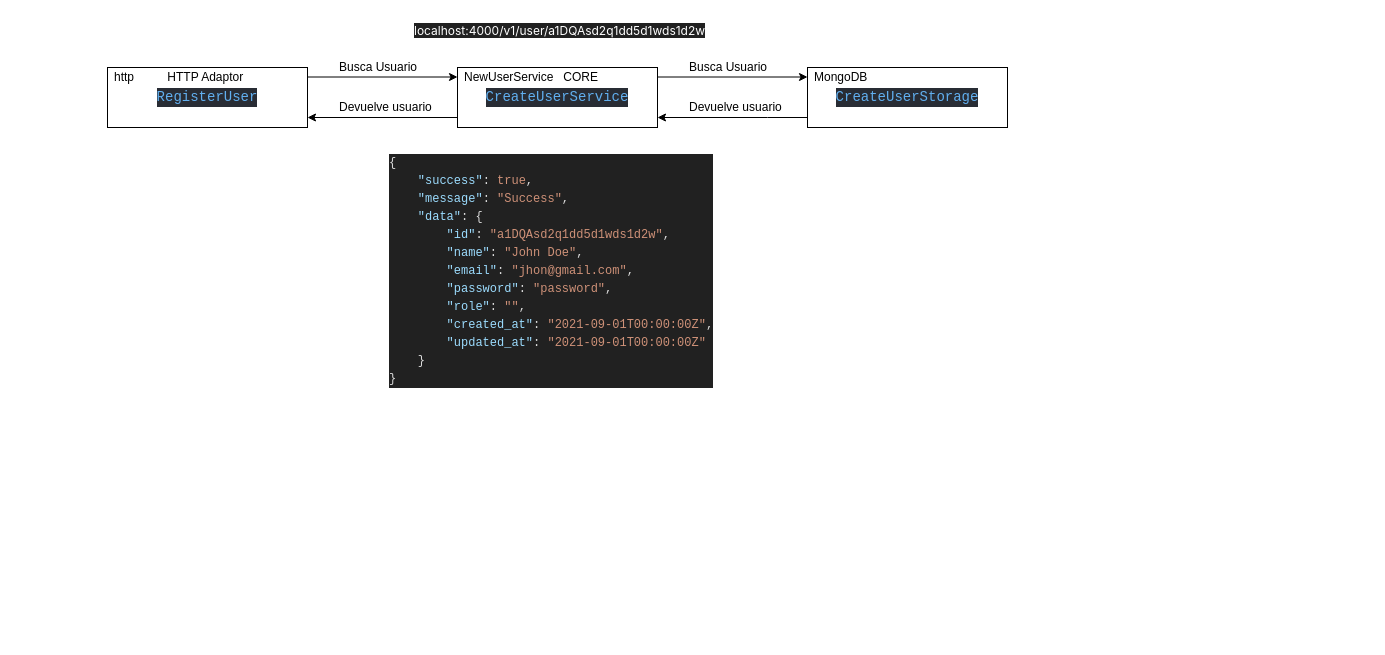
The draw.io diagram flujo.drawio in FxIvan/setup_server_go, before the edit. Source tidied: cells renumbered, new cells numbered last; positions are measured from the earlier drawing's top-left corner, leaving out a move shared by most shapes. Both pictures are drawn from the tidied source at 100%, with x=0, y=0 at pixel (107, 17).
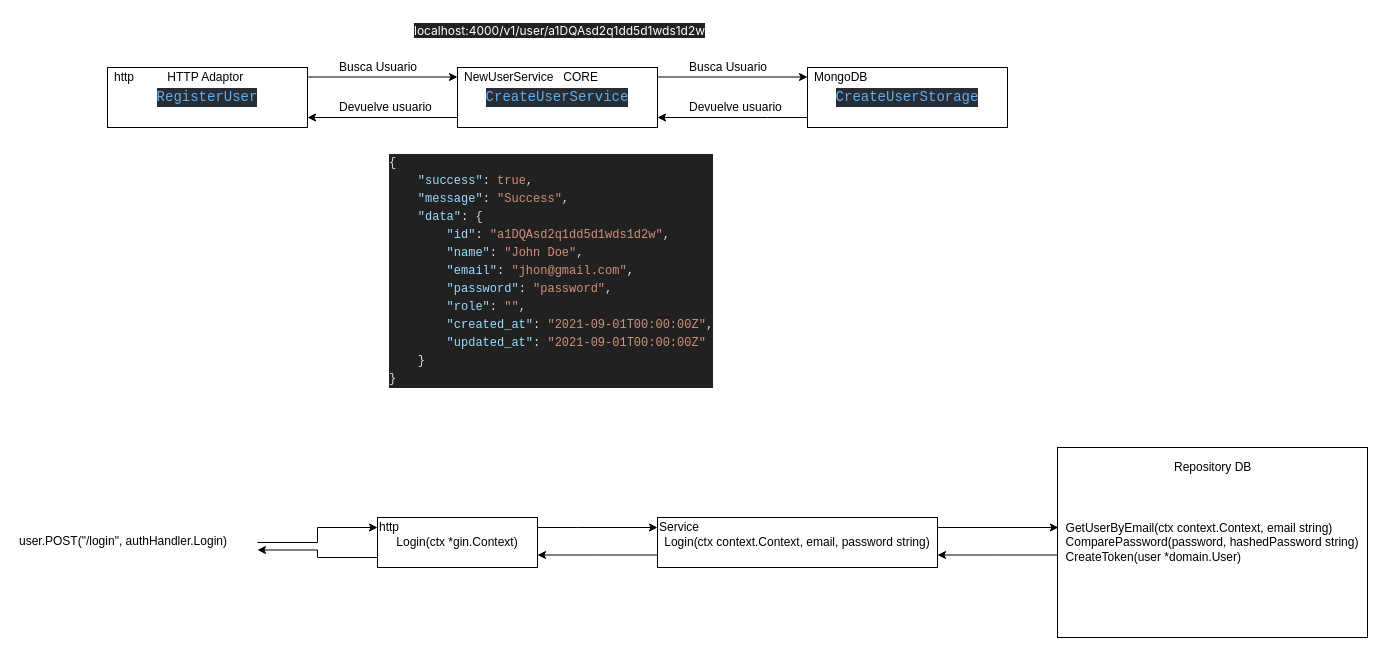
The same diagram, later.

Commit message:
flujo de login

Change to the diagram source:
```diff
@@
+    <mxCell id="18" style="edgeStyle=orthogonalEdgeStyle;rounded=0;jettySize=auto;html=1;entryX=0;entryY=0.5;entryDx=0;entryDy=0;" parent="1" edge="1" source="20" target="24">
+      <mxGeometry relative="1" as="geometry">
+        <Array as="points">
+          <mxPoint x="470" y="510" />
+          <mxPoint x="470" y="510" />
+        </Array>
+      </mxGeometry>
+    </mxCell>
+    <mxCell id="19" style="edgeStyle=orthogonalEdgeStyle;rounded=0;jettySize=auto;html=1;entryX=1;entryY=0.75;entryDx=0;entryDy=0;" parent="1" edge="1" source="20" target="29">
+      <mxGeometry relative="1" as="geometry">
+        <Array as="points">
+          <mxPoint x="210" y="540" />
+          <mxPoint x="210" y="533" />
+        </Array>
+      </mxGeometry>
+    </mxCell>
+    <mxCell id="20" value="Login(ctx *gin.Context)" style="rounded=0;whiteSpace=wrap;html=1;" parent="1" vertex="1">
+      <mxGeometry x="270" y="500" width="160" height="50" as="geometry" />
+    </mxCell>
+    <mxCell id="21" value="http" style="text;html=1;align=left;verticalAlign=middle;whiteSpace=wrap;rounded=0;" parent="1" vertex="1">
+      <mxGeometry x="270" y="500" width="160" height="20" as="geometry" />
+    </mxCell>
+    <mxCell id="22" style="edgeStyle=orthogonalEdgeStyle;rounded=0;jettySize=auto;html=1;entryX=1;entryY=0.75;entryDx=0;entryDy=0;" parent="1" edge="1" source="23" target="20">
+      <mxGeometry relative="1" as="geometry">
+        <Array as="points">
+          <mxPoint x="490" y="538" />
+        </Array>
+      </mxGeometry>
+    </mxCell>
+    <mxCell id="23" value="Login(ctx context.Context, email, password string)" style="rounded=0;whiteSpace=wrap;html=1;" parent="1" vertex="1">
+      <mxGeometry x="550" y="500" width="280" height="50" as="geometry" />
+    </mxCell>
+    <mxCell id="24" value="Service" style="text;html=1;align=left;verticalAlign=middle;whiteSpace=wrap;rounded=0;" parent="1" vertex="1">
+      <mxGeometry x="550" y="500" width="280" height="20" as="geometry" />
+    </mxCell>
+    <mxCell id="25" style="edgeStyle=orthogonalEdgeStyle;rounded=0;jettySize=auto;html=1;entryX=1;entryY=0.75;entryDx=0;entryDy=0;" parent="1" edge="1" source="26" target="23">
+      <mxGeometry relative="1" as="geometry">
+        <Array as="points">
+          <mxPoint x="890" y="538" />
+        </Array>
+      </mxGeometry>
+    </mxCell>
+    <mxCell id="26" value="&lt;div style=&quot;text-align: left;&quot;&gt;&lt;span style=&quot;background-color: initial;&quot;&gt;GetUserByEmail(ctx context.Context, email string)&lt;/span&gt;&lt;/div&gt;&lt;div style=&quot;text-align: left;&quot;&gt;ComparePassword(password, hashedPassword string)&lt;br&gt;&lt;/div&gt;&lt;div style=&quot;text-align: left;&quot;&gt;CreateToken(user *domain.User)&lt;br&gt;&lt;/div&gt;" style="rounded=0;whiteSpace=wrap;html=1;" parent="1" vertex="1">
+      <mxGeometry x="950" y="430" width="310" height="190" as="geometry" />
+    </mxCell>
+    <mxCell id="27" value="Repository DB" style="text;html=1;align=left;verticalAlign=middle;whiteSpace=wrap;rounded=0;" parent="1" vertex="1">
+      <mxGeometry x="1065" y="440" width="80" height="20" as="geometry" />
+    </mxCell>
+    <mxCell id="28" style="edgeStyle=orthogonalEdgeStyle;rounded=0;jettySize=auto;html=1;entryX=0;entryY=0.5;entryDx=0;entryDy=0;" parent="1" edge="1" source="29" target="21">
+      <mxGeometry relative="1" as="geometry" />
+    </mxCell>
+    <mxCell id="29" value="user.POST(&quot;/login&quot;, authHandler.Login)" style="text;whiteSpace=wrap;" parent="1" vertex="1">
+      <mxGeometry x="-90" y="510" width="240" height="30" as="geometry" />
+    </mxCell>
+    <mxCell id="30" style="edgeStyle=orthogonalEdgeStyle;rounded=0;jettySize=auto;html=1;entryX=0.003;entryY=0.421;entryDx=0;entryDy=0;entryPerimeter=0;" parent="1" edge="1" source="24" target="26">
+      <mxGeometry relative="1" as="geometry" />
+    </mxCell>
```
